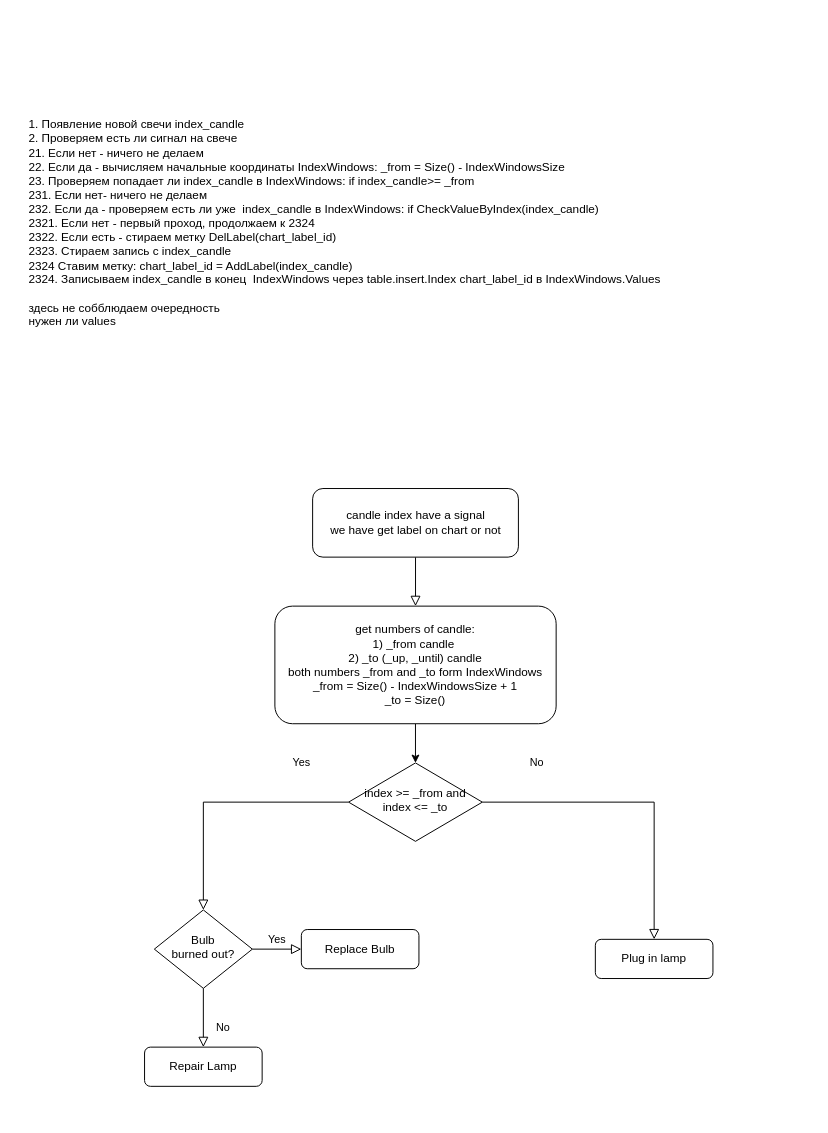
Earlier version of the draw.io diagram IndexWindows.drawio (uzziahmogg/LithiumIndicator). Source tidied: cells renumbered, new cells numbered last; positions are measured from the earlier drawing's top-left corner, leaving out a move shared by most shapes. Both pictures are drawn from the tidied source at 98%, with x=0, y=0 at pixel (26, 37).
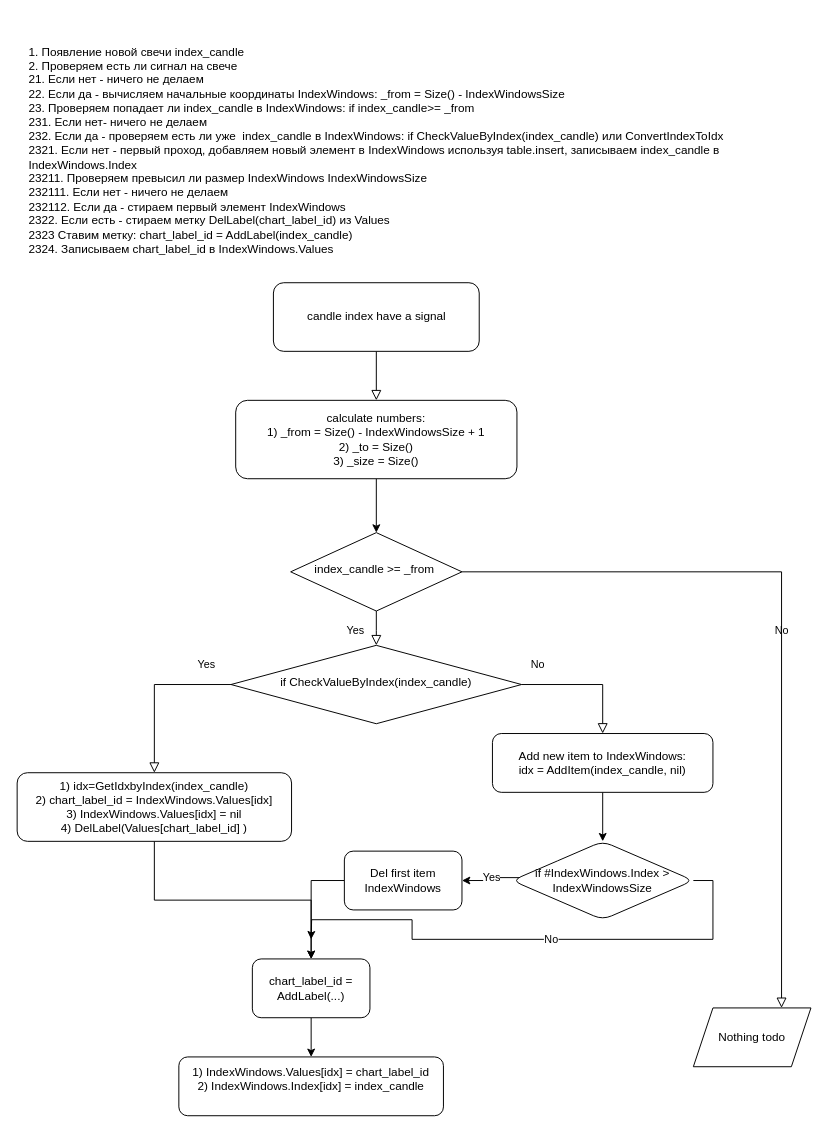
After the change.

Diff of the diagram source:
```diff
@@
-    <mxCell id="3" value="candle index have a signal&lt;br&gt;we have get label on chart or not" style="rounded=1;whiteSpace=wrap;html=1;fontSize=12;glass=0;strokeWidth=1;shadow=0;" parent="1" vertex="1">
-      <mxGeometry x="291.5" y="460" width="210" height="70" as="geometry" />
+    <mxCell id="3" value="candle index have a signal" style="rounded=1;whiteSpace=wrap;html=1;fontSize=12;glass=0;strokeWidth=1;shadow=0;" parent="1" vertex="1">
+      <mxGeometry x="251.5" y="250" width="210" height="70" as="geometry" />
     </mxCell>
-    <mxCell id="4" value="Yes" style="rounded=0;html=1;jettySize=auto;fontSize=11;endArrow=block;endFill=0;endSize=8;strokeWidth=1;shadow=0;labelBackgroundColor=none;edgeStyle=orthogonalEdgeStyle;" parent="1" edge="1" source="6" target="10">
-      <mxGeometry x="-0.63" y="-40" relative="1" as="geometry" />
+    <mxCell id="4" value="Yes" style="rounded=0;html=1;jettySize=auto;fontSize=11;endArrow=block;endFill=0;endSize=8;strokeWidth=1;shadow=0;labelBackgroundColor=none;edgeStyle=orthogonalEdgeStyle;fontFamily=Helvetica;" parent="1" edge="1" source="6" target="10">
+      <mxGeometry x="0.14" y="-26" relative="1" as="geometry">
+        <mxPoint x="4" as="offset" />
+      </mxGeometry>
     </mxCell>
-    <mxCell id="5" value="No" style="edgeStyle=orthogonalEdgeStyle;rounded=0;html=1;jettySize=auto;fontSize=11;endArrow=block;endFill=0;endSize=8;strokeWidth=1;shadow=0;labelBackgroundColor=none;" parent="1" edge="1" source="6" target="7">
-      <mxGeometry x="-0.65" y="40" relative="1" as="geometry" />
+    <mxCell id="5" value="No" style="edgeStyle=orthogonalEdgeStyle;rounded=0;html=1;jettySize=auto;fontSize=11;endArrow=block;endFill=0;endSize=8;strokeWidth=1;shadow=0;labelBackgroundColor=none;entryX=0.75;entryY=0;entryDx=0;entryDy=0;" parent="1" edge="1" source="6" target="18">
+      <mxGeometry relative="1" as="geometry" />
     </mxCell>
-    <mxCell id="6" value="index &amp;gt;= _from and index &amp;lt;= _to" style="rhombus;whiteSpace=wrap;html=1;shadow=0;fontFamily=Helvetica;fontSize=12;align=center;strokeWidth=1;spacing=6;spacingTop=-4;" parent="1" vertex="1">
-      <mxGeometry x="328.2" y="740" width="136.5" height="80" as="geometry" />
+    <mxCell id="6" value="index_candle &amp;gt;= _from&amp;nbsp;" style="rhombus;whiteSpace=wrap;html=1;shadow=0;fontFamily=Helvetica;fontSize=12;align=center;strokeWidth=1;spacing=6;spacingTop=-4;" parent="1" vertex="1">
+      <mxGeometry x="269.1" y="505" width="174.8" height="80" as="geometry" />
     </mxCell>
-    <mxCell id="7" value="Plug in lamp" style="rounded=1;whiteSpace=wrap;html=1;fontSize=12;glass=0;strokeWidth=1;shadow=0;" parent="1" vertex="1">
-      <mxGeometry x="580" y="920" width="120" height="40" as="geometry" />
-    </mxCell>
-    <mxCell id="8" value="No" style="rounded=0;html=1;jettySize=auto;fontSize=11;endArrow=block;endFill=0;endSize=8;strokeWidth=1;shadow=0;labelBackgroundColor=none;edgeStyle=orthogonalEdgeStyle;" parent="1" edge="1" source="10" target="11">
-      <mxGeometry x="0.33" y="20" relative="1" as="geometry" />
+    <mxCell id="8" value="No" style="rounded=0;html=1;jettySize=auto;fontSize=11;endArrow=block;endFill=0;endSize=8;strokeWidth=1;shadow=0;labelBackgroundColor=none;edgeStyle=orthogonalEdgeStyle;entryX=0.5;entryY=0;entryDx=0;entryDy=0;exitX=1;exitY=0.5;exitDx=0;exitDy=0;" parent="1" edge="1" source="10" target="11">
+      <mxGeometry x="-0.76" y="20" relative="1" as="geometry" />
     </mxCell>
-    <mxCell id="9" value="Yes" style="edgeStyle=orthogonalEdgeStyle;rounded=0;html=1;jettySize=auto;fontSize=11;endArrow=block;endFill=0;endSize=8;strokeWidth=1;shadow=0;labelBackgroundColor=none;" parent="1" edge="1" source="10" target="12">
-      <mxGeometry y="10" relative="1" as="geometry" />
+    <mxCell id="9" value="Yes" style="edgeStyle=orthogonalEdgeStyle;rounded=0;html=1;jettySize=auto;fontSize=11;endArrow=block;endFill=0;endSize=8;strokeWidth=1;shadow=0;labelBackgroundColor=none;exitX=0;exitY=0.5;exitDx=0;exitDy=0;" parent="1" edge="1" source="10" target="12">
+      <mxGeometry x="-0.7" y="-20" relative="1" as="geometry" />
     </mxCell>
-    <mxCell id="10" value="Bulb&lt;br&gt;burned out?" style="rhombus;whiteSpace=wrap;html=1;shadow=0;fontFamily=Helvetica;fontSize=12;align=center;strokeWidth=1;spacing=6;spacingTop=-4;" parent="1" vertex="1">
-      <mxGeometry x="130" y="890" width="100" height="80" as="geometry" />
+    <mxCell id="10" value="&lt;span style=&quot;text-align: left&quot;&gt;&amp;nbsp;if CheckValueByIndex(index_candle)&amp;nbsp;&lt;/span&gt;" style="rhombus;whiteSpace=wrap;html=1;shadow=0;fontFamily=Helvetica;fontSize=12;align=center;strokeWidth=1;spacing=6;spacingTop=-4;" parent="1" vertex="1">
+      <mxGeometry x="208.2" y="620" width="296.5" height="80" as="geometry" />
     </mxCell>
+    <mxCell id="16" style="edgeStyle=orthogonalEdgeStyle;rounded=0;jettySize=auto;html=1;" parent="1" edge="1" source="11" target="23">
+      <mxGeometry relative="1" as="geometry" />
+    </mxCell>
-    <mxCell id="11" value="Repair Lamp" style="rounded=1;whiteSpace=wrap;html=1;fontSize=12;glass=0;strokeWidth=1;shadow=0;" parent="1" vertex="1">
-      <mxGeometry x="120" y="1030" width="120" height="40" as="geometry" />
+    <mxCell id="11" value="Add new item to IndexWindows:&lt;br&gt;idx = AddItem(index_candle, nil)" style="rounded=1;whiteSpace=wrap;html=1;fontSize=12;glass=0;strokeWidth=1;shadow=0;" parent="1" vertex="1">
+      <mxGeometry x="475" y="710" width="225" height="60" as="geometry" />
     </mxCell>
+    <mxCell id="17" style="edgeStyle=orthogonalEdgeStyle;rounded=0;jettySize=auto;html=1;fontFamily=Helvetica;" parent="1" edge="1" source="12" target="27">
+      <mxGeometry relative="1" as="geometry" />
+    </mxCell>
-    <mxCell id="12" value="Replace Bulb" style="rounded=1;whiteSpace=wrap;html=1;fontSize=12;glass=0;strokeWidth=1;shadow=0;" parent="1" vertex="1">
-      <mxGeometry x="280" y="910" width="120" height="40" as="geometry" />
+    <mxCell id="12" value="1) idx=GetIdxbyIndex(index_candle)&lt;br&gt;2) chart_label_id = IndexWindows.Values[idx]&lt;br&gt;3) IndexWindows.Values[idx] = nil&lt;br&gt;4) DelLabel(Values[chart_label_id]&amp;nbsp;)" style="rounded=1;whiteSpace=wrap;html=1;fontSize=12;glass=0;strokeWidth=1;shadow=0;" parent="1" vertex="1">
+      <mxGeometry x="-10" y="750" width="280" height="70" as="geometry" />
     </mxCell>
@@
-    <mxCell id="14" value="get numbers of candle:&lt;br&gt;1) _from candle&amp;nbsp;&lt;br&gt;2) _to (_up, _until) candle&lt;br&gt;both numbers _from and _to form IndexWindows&lt;br&gt;_from = Size() - IndexWindowsSize + 1&lt;br&gt;_to = Size()" style="rounded=1;whiteSpace=wrap;html=1;" parent="1" vertex="1">
-      <mxGeometry x="253" y="580" width="287" height="120" as="geometry" />
+    <mxCell id="14" value="calculate numbers:&lt;br&gt;1) _from = Size() - IndexWindowsSize + 1&lt;br&gt;2)&amp;nbsp;_to = Size()&lt;br&gt;3) _size = Size()" style="rounded=1;whiteSpace=wrap;html=1;" parent="1" vertex="1">
+      <mxGeometry x="213" y="370" width="287" height="80" as="geometry" />
     </mxCell>
-    <mxCell id="15" value="&lt;br&gt;&lt;br&gt;1. Появление новой свечи index_candle&lt;br&gt;2. Проверяем есть ли сигнал на свече&lt;br&gt;21. Если нет - ничего не делаем&lt;br&gt;22. Если да - вычисляем начальные координаты IndexWindows: _from = Size() - IndexWindowsSize&lt;br&gt;23. Проверяем попадает ли index_candle в IndexWindows: if index_candle&amp;gt;= _from&lt;br&gt;231. Если нет- ничего не делаем&lt;br&gt;232. Если да - проверяем есть ли уже&amp;nbsp; index_candle в IndexWindows: if CheckValueByIndex(index_candle)&lt;br&gt;2321. Если нет - первый проход, продолжаем к 2324&lt;br&gt;2322. Если есть - стираем метку DelLabel(chart_label_id)&lt;br&gt;2323. Стираем запись с index_candle&lt;br&gt;2324 Ставим метку: chart_label_id = AddLabel(index_candle)&lt;br&gt;2324. Записываем index_candle в конец&amp;nbsp; IndexWindows через table.insert.Index chart_label_id в IndexWindows.Values&lt;br&gt;&lt;br&gt;здесь не собблюдаем очередность&lt;br&gt;нужен ли values" style="text;html=1;strokeColor=none;fillColor=none;align=left;verticalAlign=middle;whiteSpace=wrap;rounded=0;" parent="1" vertex="1">
-      <mxGeometry width="790" height="350" as="geometry" />
+    <mxCell id="15" value="&lt;br&gt;&lt;br&gt;1. Появление новой свечи index_candle&lt;br&gt;2. Проверяем есть ли сигнал на свече&lt;br&gt;21. Если нет - ничего не делаем&lt;br&gt;22. Если да - вычисляем начальные координаты IndexWindows: _from = Size() - IndexWindowsSize&lt;br&gt;23. Проверяем попадает ли index_candle в IndexWindows: if index_candle&amp;gt;= _from&lt;br&gt;231. Если нет- ничего не делаем&lt;br&gt;232. Если да - проверяем есть ли уже&amp;nbsp; index_candle в IndexWindows: if CheckValueByIndex(index_candle) или ConvertIndexToIdx&lt;br&gt;2321. Если нет - первый проход, добавляем новый элемент в IndexWindows используя table.insert, записываем index_candle в IndexWindows.Index&amp;nbsp;&lt;br&gt;23211. Проверяем превысил ли размер IndexWindows IndexWindowsSize&lt;br&gt;232111. Если нет - ничего не делаем&lt;br&gt;232112. Если да - стираем первый элемент IndexWindows&lt;br&gt;2322. Если есть - стираем метку DelLabel(chart_label_id) из Values&lt;br&gt;2323 Ставим метку: chart_label_id = AddLabel(index_candle)&lt;br&gt;2324. Записываем chart_label_id в IndexWindows.Values&lt;br&gt;&lt;br&gt;&lt;br&gt;" style="text;html=1;strokeColor=none;fillColor=none;align=left;verticalAlign=middle;whiteSpace=wrap;rounded=0;" parent="1" vertex="1">
+      <mxGeometry width="790" height="230" as="geometry" />
     </mxCell>
+    <mxCell id="18" value="Nothing todo" style="shape=parallelogram;perimeter=parallelogramPerimeter;whiteSpace=wrap;html=1;fixedSize=1;" parent="1" vertex="1">
+      <mxGeometry x="680" y="990" width="120" height="60" as="geometry" />
+    </mxCell>
+    <mxCell id="19" style="edgeStyle=orthogonalEdgeStyle;rounded=0;jettySize=auto;html=1;fontFamily=Helvetica;exitX=1;exitY=0.5;exitDx=0;exitDy=0;" parent="1" edge="1" source="23">
+      <mxGeometry relative="1" as="geometry">
+        <mxPoint x="290" y="920" as="targetPoint" />
+      </mxGeometry>
+    </mxCell>
+    <mxCell id="20" value="No" style="edgeLabel;html=1;align=center;verticalAlign=middle;fontFamily=Helvetica;" parent="19" vertex="1">
+      <mxGeometry x="-0.07" y="-1" relative="1" as="geometry" />
+    </mxCell>
+    <mxCell id="21" style="edgeStyle=orthogonalEdgeStyle;rounded=0;jettySize=auto;html=1;fontFamily=Helvetica;exitX=0.038;exitY=0.463;exitDx=0;exitDy=0;exitPerimeter=0;entryX=1;entryY=0.5;entryDx=0;entryDy=0;" parent="1" edge="1" source="23" target="25">
+      <mxGeometry relative="1" as="geometry" />
+    </mxCell>
+    <mxCell id="22" value="Yes" style="edgeLabel;html=1;align=center;verticalAlign=middle;fontFamily=Helvetica;" parent="21" vertex="1">
+      <mxGeometry x="-0.04" y="-1" relative="1" as="geometry" />
+    </mxCell>
+    <mxCell id="23" value="if #IndexWindows.Index &amp;gt; IndexWindowsSize" style="rhombus;whiteSpace=wrap;html=1;rounded=1;shadow=0;strokeWidth=1;glass=0;" parent="1" vertex="1">
+      <mxGeometry x="495" y="820" width="185" height="80" as="geometry" />
+    </mxCell>
+    <mxCell id="24" style="edgeStyle=orthogonalEdgeStyle;rounded=0;jettySize=auto;html=1;fontFamily=Helvetica;exitX=0;exitY=0.5;exitDx=0;exitDy=0;" parent="1" edge="1" source="25" target="27">
+      <mxGeometry relative="1" as="geometry" />
+    </mxCell>
+    <mxCell id="25" value="Del first item IndexWindows" style="whiteSpace=wrap;html=1;rounded=1;shadow=0;strokeWidth=1;glass=0;" parent="1" vertex="1">
+      <mxGeometry x="323.9" y="830" width="120" height="60" as="geometry" />
+    </mxCell>
+    <mxCell id="26" style="edgeStyle=orthogonalEdgeStyle;rounded=0;jettySize=auto;html=1;fontFamily=Helvetica;" parent="1" edge="1" source="27" target="28">
+      <mxGeometry relative="1" as="geometry" />
+    </mxCell>
+    <mxCell id="27" value="chart_label_id = AddLabel(...)" style="whiteSpace=wrap;html=1;rounded=1;shadow=0;strokeWidth=1;glass=0;" parent="1" vertex="1">
+      <mxGeometry x="230" y="940" width="120" height="60" as="geometry" />
+    </mxCell>
+    <mxCell id="28" value="&lt;span&gt;1) IndexWindows.Values[idx] = chart_label_id&lt;br&gt;2)&amp;nbsp;&lt;/span&gt;IndexWindows.Index[idx] = index_candle&lt;br&gt;&lt;span&gt;&lt;br&gt;&lt;/span&gt;" style="whiteSpace=wrap;html=1;rounded=1;shadow=0;strokeWidth=1;glass=0;" parent="1" vertex="1">
+      <mxGeometry x="155" y="1040" width="270" height="60" as="geometry" />
+    </mxCell>
```
